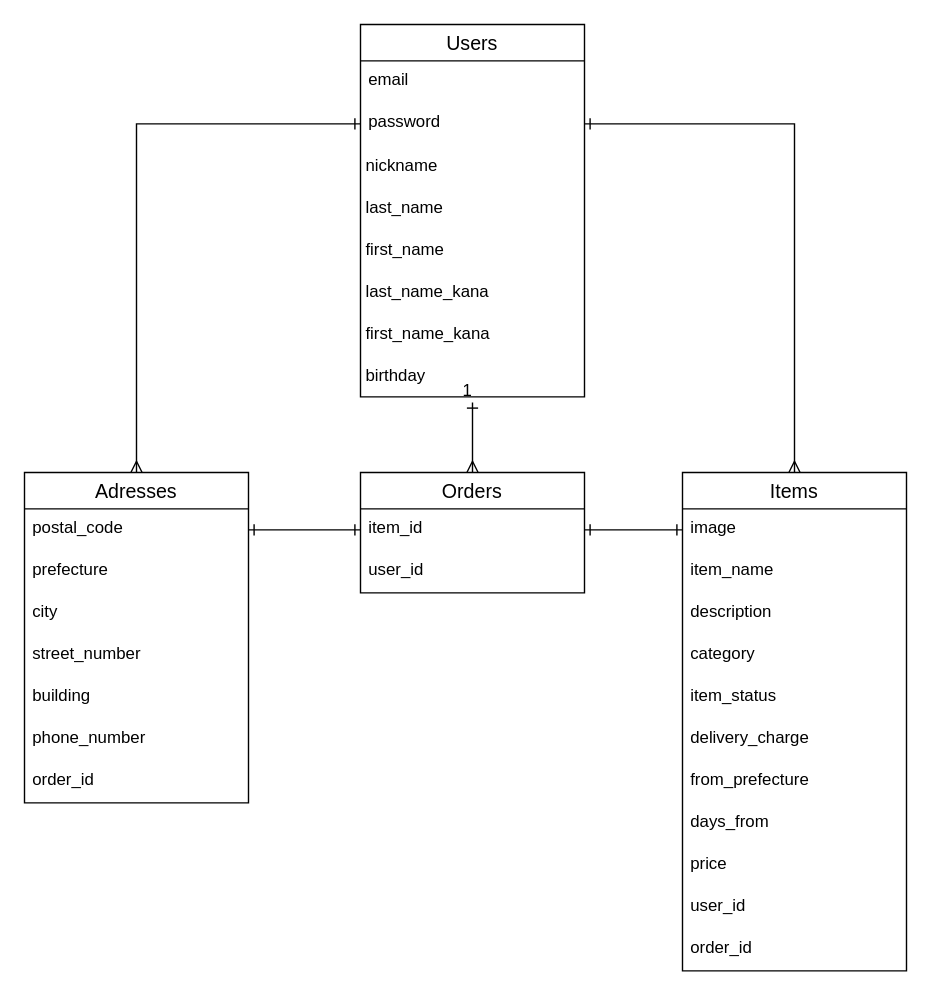
Before: draw_data.dio in yuki421/furima-35513, a draw.io diagram. Source tidied: cells renumbered, new cells numbered last; positions are measured from the earlier drawing's top-left corner, leaving out a move shared by most shapes. Both pictures are drawn from the tidied source at 140%, with x=0, y=0 at pixel (24, 24).
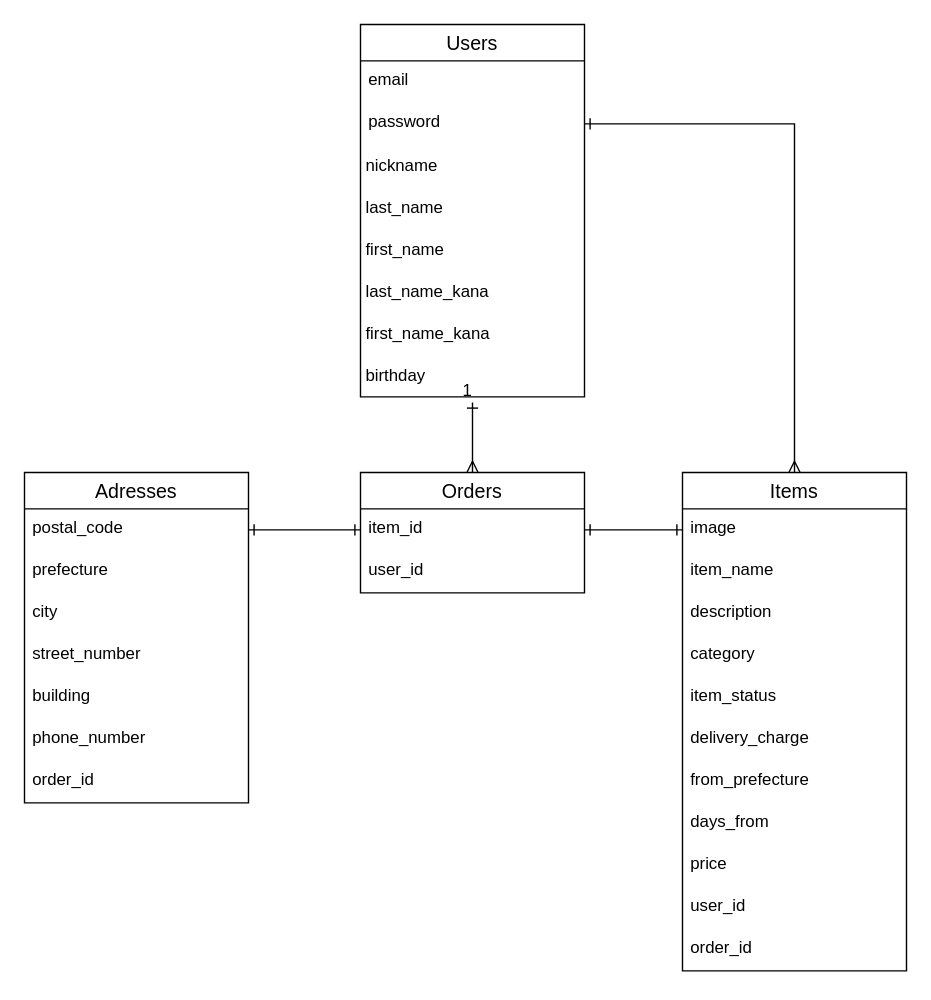
After the change.

Commit message (it also covers changes not shown here):
データベース修正（2回目）

Unchanged cells that the change refers to:
```xml
<mxCell id="4" value="password" style="text;strokeColor=none;fillColor=none;spacingLeft=4;spacingRight=4;overflow=hidden;points=[[0,0.5],[1,0.5]];portConstraint=eastwest;fontSize=12;" parent="2" vertex="1">
  <mxGeometry y="56" width="160" height="30" as="geometry" />
</mxCell>
<mxCell id="23" value="Adresses" style="swimlane;fontStyle=0;horizontal=1;startSize=26;align=center;fontSize=14;shadow=0;" parent="1" vertex="1">
  <mxGeometry y="320" width="160" height="236" as="geometry" />
</mxCell>
```

Diff of the diagram source:
```diff
@@
-    <mxCell id="37" style="endArrow=ERone;html=1;rounded=0;exitX=0.5;exitY=0;exitDx=0;exitDy=0;entryX=0;entryY=0.5;entryDx=0;entryDy=0;startArrow=ERmany;startFill=0;endFill=0;" parent="1" edge="1" source="23" target="4">
-      <mxGeometry relative="1" as="geometry">
-        <Array as="points">
-          <mxPoint x="80" y="71" />
-        </Array>
-      </mxGeometry>
-    </mxCell>
```
